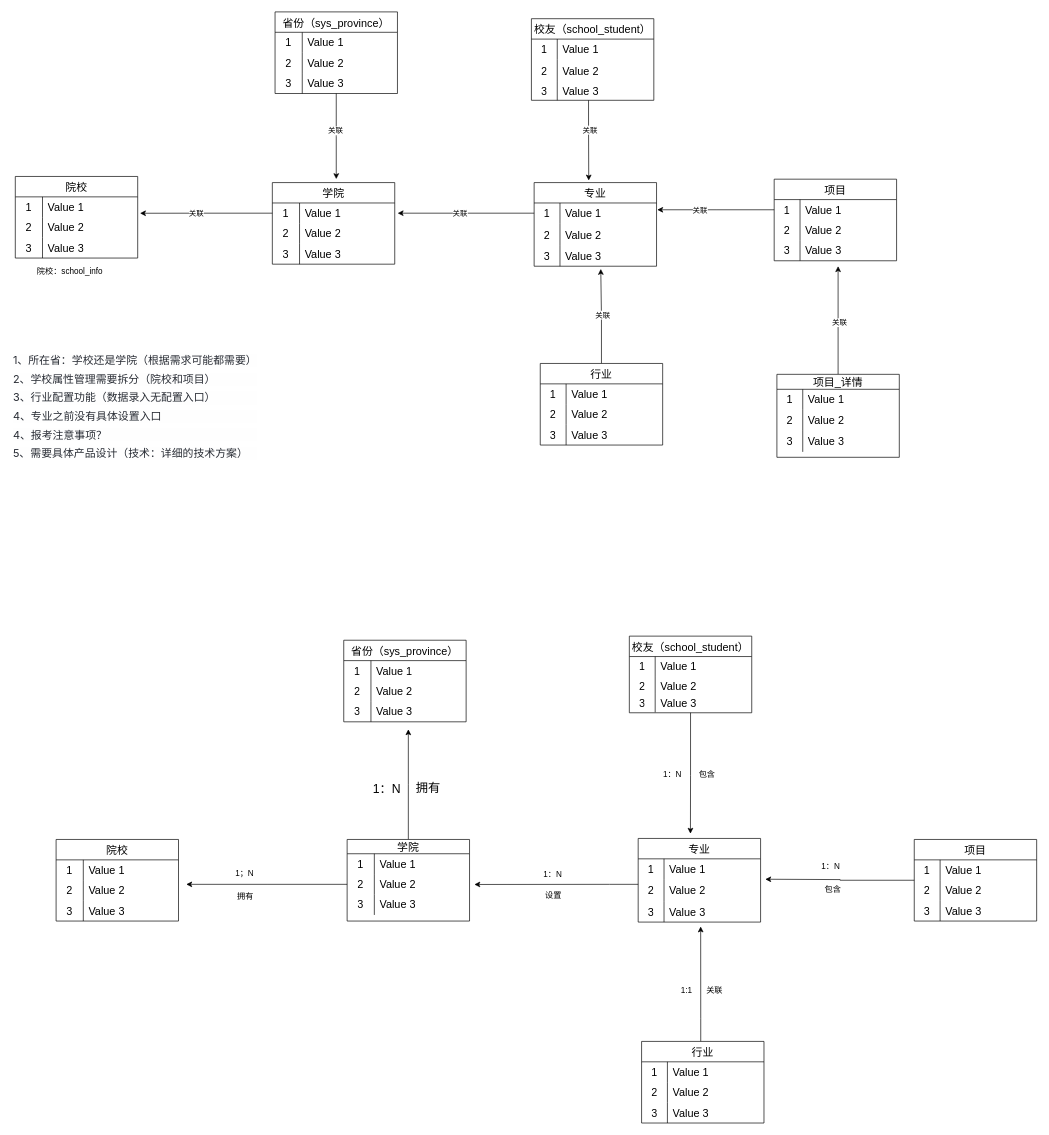
This is 海绵业务流程图/院校库大纲设计.drawio from YYB1024/myRemoteRepo, a draw.io file, before an edit. Source tidied: cells renumbered, new cells numbered last; positions are measured from the earlier drawing's top-left corner, leaving out a move shared by most shapes. Both pictures are drawn from the tidied source at 68%, with x=0, y=0 at pixel (12, 12).
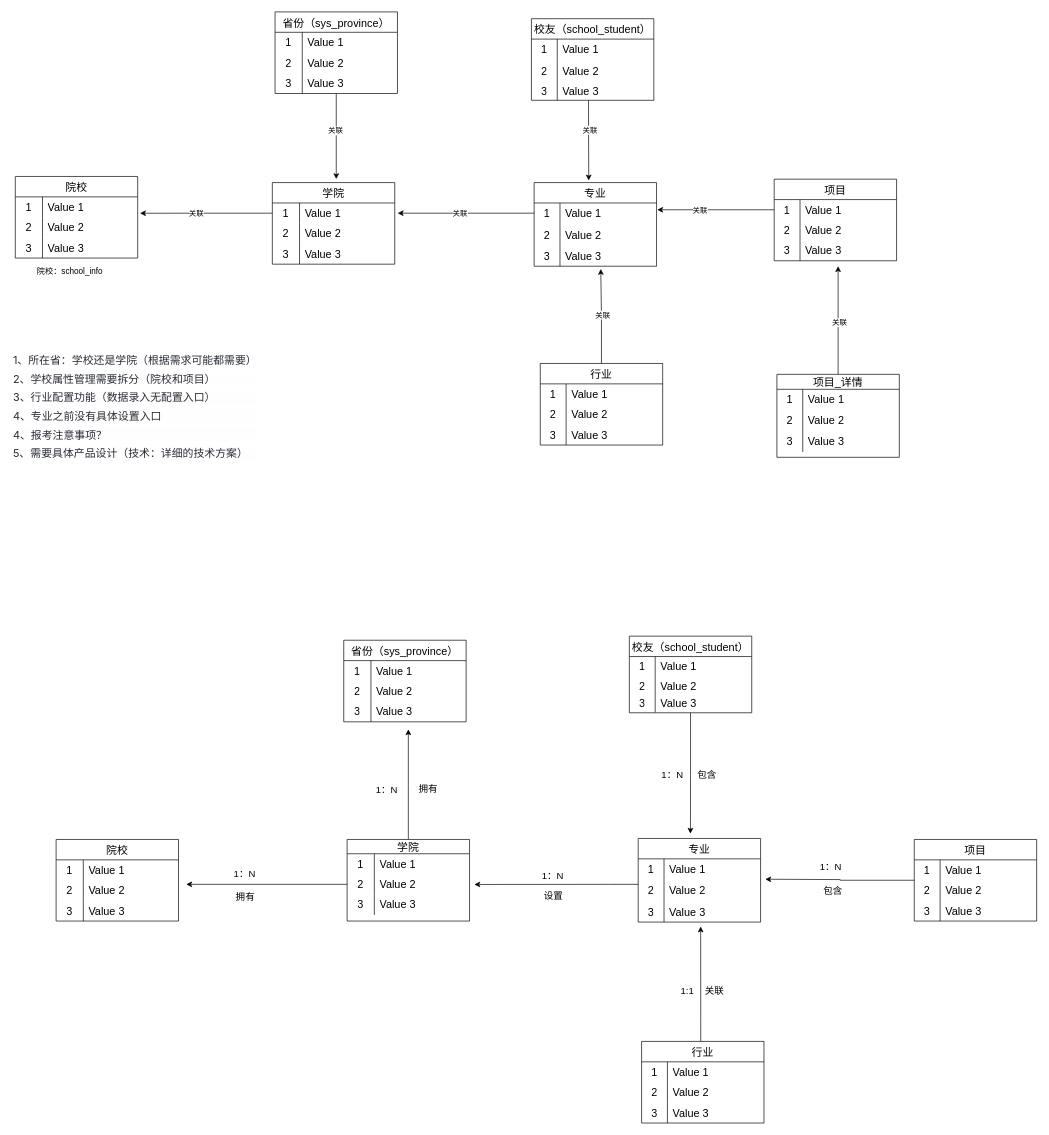
Above is the later version.

Commit message (it also covers changes not shown here):
更新院校库大纲设计.drawio

What changed in the source:
```diff
@@
-    <mxCell id="119" value="&lt;span style=&quot;font-size: 18px;&quot;&gt;1：N&lt;/span&gt;" style="text;html=1;align=center;verticalAlign=middle;strokeColor=none;fillColor=none;" parent="1" vertex="1">
-      <mxGeometry x="521" y="1126" width="59" height="34" as="geometry" />
+    <mxCell id="119" value="&lt;font style=&quot;font-size: 14px;&quot;&gt;1：N&lt;/font&gt;" style="text;html=1;align=center;verticalAlign=middle;strokeColor=none;fillColor=none;" parent="1" vertex="1">
+      <mxGeometry x="526" y="1129" width="50" height="29" as="geometry" />
     </mxCell>
-    <mxCell id="120" value="&lt;font style=&quot;font-size: 18px;&quot;&gt;拥有&lt;/font&gt;" style="text;html=1;align=center;verticalAlign=middle;strokeColor=none;fillColor=none;" parent="1" vertex="1">
-      <mxGeometry x="585" y="1124" width="54" height="34" as="geometry" />
+    <mxCell id="120" value="&lt;font style=&quot;font-size: 14px;&quot;&gt;拥有&lt;/font&gt;" style="text;html=1;align=center;verticalAlign=middle;strokeColor=none;fillColor=none;" parent="1" vertex="1">
+      <mxGeometry x="589" y="1127" width="46" height="29" as="geometry" />
     </mxCell>
@@
-    <mxCell id="132" value="1；N" style="text;html=1;align=center;verticalAlign=middle;strokeColor=none;fillColor=none;" parent="1" vertex="1">
-      <mxGeometry x="319" y="1254" width="45" height="26" as="geometry" />
+    <mxCell id="132" value="1：N" style="text;align=center;verticalAlign=middle;strokeColor=none;fillColor=none;fontSize=14;html=1;" parent="1" vertex="1">
+      <mxGeometry x="317" y="1253" width="50" height="29" as="geometry" />
     </mxCell>
-    <mxCell id="133" value="拥有" style="text;html=1;align=center;verticalAlign=middle;strokeColor=none;fillColor=none;" parent="1" vertex="1">
-      <mxGeometry x="322" y="1288" width="42" height="26" as="geometry" />
+    <mxCell id="133" value="拥有" style="text;align=center;verticalAlign=middle;strokeColor=none;fillColor=none;html=1;fontSize=14;" parent="1" vertex="1">
+      <mxGeometry x="320" y="1287" width="46" height="29" as="geometry" />
     </mxCell>
@@
-    <mxCell id="145" value="1：N" style="text;html=1;align=center;verticalAlign=middle;strokeColor=none;fillColor=none;" parent="1" vertex="1">
-      <mxGeometry x="772" y="1256" width="45" height="26" as="geometry" />
+    <mxCell id="145" value="1：N" style="text;html=1;align=center;verticalAlign=middle;strokeColor=none;fillColor=none;fontSize=14;" parent="1" vertex="1">
+      <mxGeometry x="770" y="1255" width="50" height="29" as="geometry" />
     </mxCell>
-    <mxCell id="146" value="设置" style="text;html=1;align=center;verticalAlign=middle;strokeColor=none;fillColor=none;" parent="1" vertex="1">
-      <mxGeometry x="775" y="1286" width="42" height="26" as="geometry" />
+    <mxCell id="146" value="设置" style="text;html=1;align=center;verticalAlign=middle;strokeColor=none;fillColor=none;fontSize=14;" parent="1" vertex="1">
+      <mxGeometry x="773" y="1285" width="46" height="29" as="geometry" />
     </mxCell>
@@
-    <mxCell id="158" value="1：N" style="text;html=1;align=center;verticalAlign=middle;strokeColor=none;fillColor=none;" parent="1" vertex="1">
-      <mxGeometry x="1181" y="1244" width="45" height="26" as="geometry" />
+    <mxCell id="158" value="1：N" style="text;html=1;align=center;verticalAlign=middle;strokeColor=none;fillColor=none;fontSize=14;" parent="1" vertex="1">
+      <mxGeometry x="1179" y="1243" width="50" height="29" as="geometry" />
     </mxCell>
-    <mxCell id="159" value="包含" style="text;html=1;align=center;verticalAlign=middle;strokeColor=none;fillColor=none;" parent="1" vertex="1">
-      <mxGeometry x="1186" y="1278" width="42" height="26" as="geometry" />
+    <mxCell id="159" value="包含" style="text;html=1;align=center;verticalAlign=middle;strokeColor=none;fillColor=none;fontSize=14;" parent="1" vertex="1">
+      <mxGeometry x="1184" y="1277" width="46" height="29" as="geometry" />
     </mxCell>
@@
-    <mxCell id="171" value="1：N" style="text;html=1;align=center;verticalAlign=middle;strokeColor=none;fillColor=none;" parent="1" vertex="1">
-      <mxGeometry x="948" y="1108" width="45" height="26" as="geometry" />
+    <mxCell id="171" value="&lt;font style=&quot;font-size: 14px;&quot;&gt;1：N&lt;/font&gt;" style="text;html=1;align=center;verticalAlign=middle;strokeColor=none;fillColor=none;fontSize=14;" parent="1" vertex="1">
+      <mxGeometry x="946" y="1107" width="50" height="29" as="geometry" />
     </mxCell>
@@
-    <mxCell id="183" value="1:1" style="text;html=1;align=center;verticalAlign=middle;strokeColor=none;fillColor=none;" parent="1" vertex="1">
-      <mxGeometry x="974" y="1426" width="35" height="26" as="geometry" />
+    <mxCell id="183" value="1:1" style="text;html=1;align=center;verticalAlign=middle;strokeColor=none;fillColor=none;fontSize=14;" parent="1" vertex="1">
+      <mxGeometry x="974" y="1425" width="37" height="29" as="geometry" />
     </mxCell>
-    <mxCell id="184" value="关联" style="text;html=1;align=center;verticalAlign=middle;strokeColor=none;fillColor=none;" parent="1" vertex="1">
-      <mxGeometry x="1012" y="1426" width="42" height="26" as="geometry" />
+    <mxCell id="184" value="关联" style="text;html=1;align=center;verticalAlign=middle;strokeColor=none;fillColor=none;fontSize=14;" parent="1" vertex="1">
+      <mxGeometry x="1010" y="1425" width="46" height="29" as="geometry" />
     </mxCell>
-    <mxCell id="185" value="包含" style="text;html=1;align=center;verticalAlign=middle;strokeColor=none;fillColor=none;" parent="1" vertex="1">
-      <mxGeometry x="1001" y="1108" width="42" height="26" as="geometry" />
+    <mxCell id="185" value="&lt;font style=&quot;font-size: 14px;&quot;&gt;包含&lt;/font&gt;" style="text;html=1;align=center;verticalAlign=middle;strokeColor=none;fillColor=none;fontSize=14;" parent="1" vertex="1">
+      <mxGeometry x="999" y="1107" width="46" height="29" as="geometry" />
     </mxCell>
```
